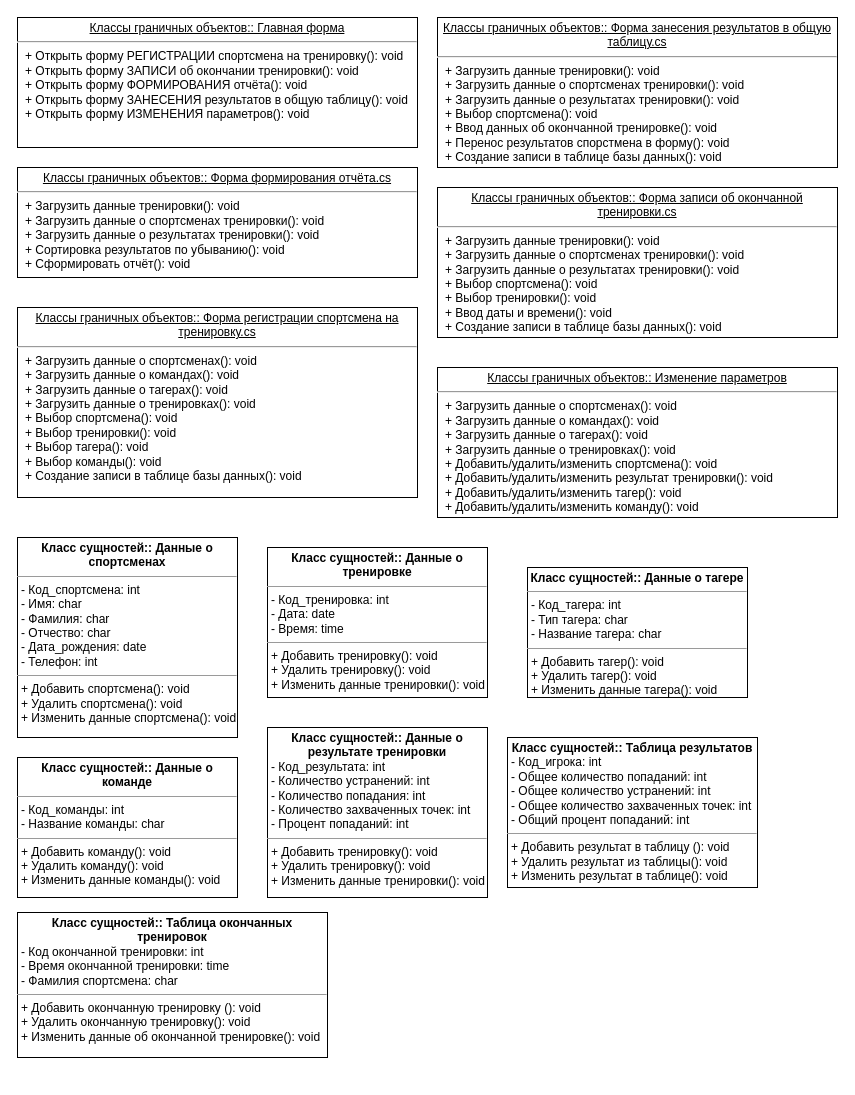
Above: Решения/Часть 3. Схемы/Диаграмма классов.drawio in VentoAureo12/Projecting-n-Design (draw.io), before the change. Source tidied: cells renumbered, new cells numbered last; positions are measured from the earlier drawing's top-left corner, leaving out a move shared by most shapes. Both pictures are drawn from the tidied source at 100%, with x=0, y=0 at pixel (17, 17).
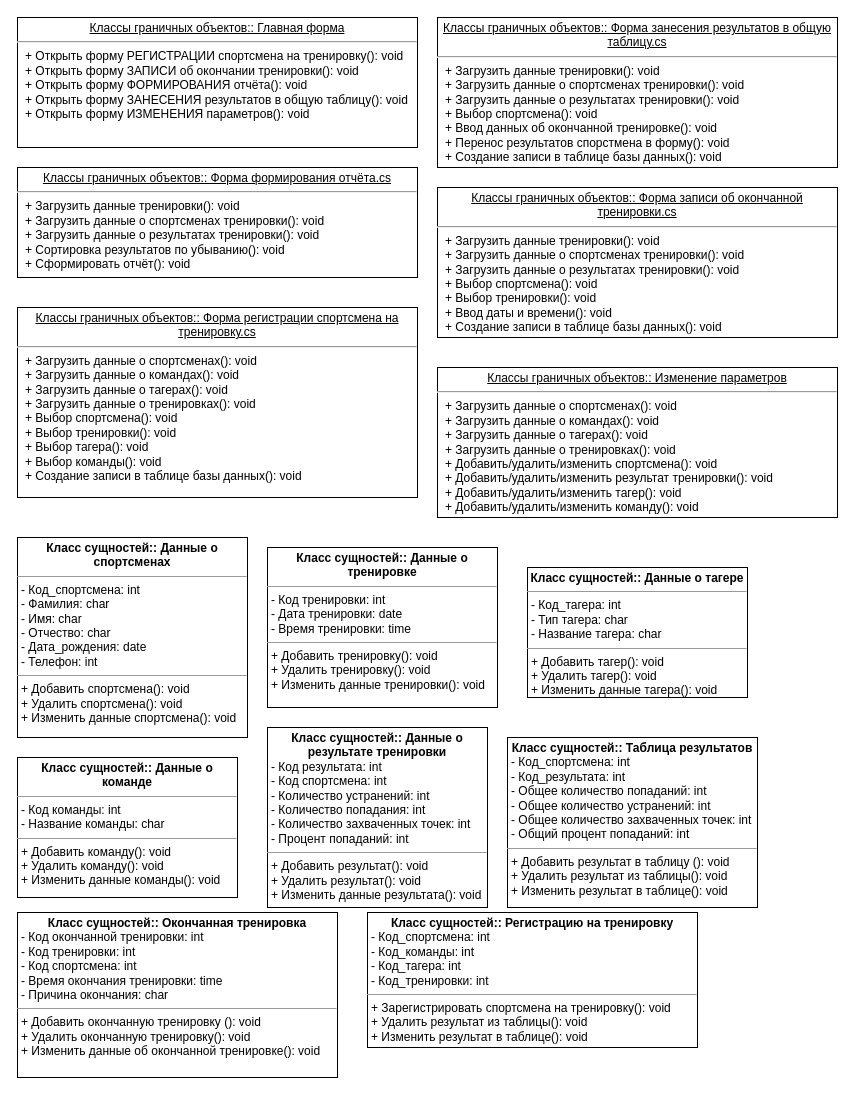
The same page after the edit.

The edit, as a diff of the source:
```diff
@@
 <mxGraphModel>
   <root>
     <mxCell id="0" />
     <mxCell id="1" parent="0" />
     <mxCell id="2" value="&lt;p style=&quot;margin:0px;margin-top:4px;text-align:center;text-decoration:underline;&quot;&gt;Классы граничных объектов:: Главная форма&lt;br&gt;&lt;/p&gt;&lt;hr&gt;&lt;p style=&quot;margin:0px;margin-left:8px;&quot;&gt;+ Открыть форму РЕГИСТРАЦИИ спортсмена на тренировку(): void&lt;br&gt;+ Открыть форму ЗАПИСИ об окончании тренировки(): void&lt;br&gt;+ Открыть форму ФОРМИРОВАНИЯ отчёта(): void&lt;br&gt;&lt;/p&gt;&lt;p style=&quot;margin:0px;margin-left:8px;&quot;&gt;+ Открыть форму ЗАНЕСЕНИЯ результатов в общую таблицу(): void&lt;br&gt;&lt;/p&gt;&lt;p style=&quot;margin:0px;margin-left:8px;&quot;&gt;+ Открыть форму ИЗМЕНЕНИЯ параметров(): void&lt;br&gt;&lt;/p&gt;" style="verticalAlign=top;align=left;overflow=fill;fontSize=12;fontFamily=Helvetica;html=1;whiteSpace=wrap;" parent="1" vertex="1">
       <mxGeometry width="400" height="130" as="geometry" />
     </mxCell>
     <mxCell id="3" value="&lt;p style=&quot;margin:0px;margin-top:4px;text-align:center;text-decoration:underline;&quot;&gt;Классы граничных объектов:: Форма формирования отчёта.cs&lt;br&gt;&lt;/p&gt;&lt;hr&gt;&lt;p style=&quot;margin:0px;margin-left:8px;&quot;&gt;+ Загрузить данные тренировки(): void&lt;br&gt;+ Загрузить данные о спортсменах тренировки(): void&lt;br&gt;+ Загрузить данные о результатах тренировки(): void&lt;br&gt;&lt;/p&gt;&lt;p style=&quot;margin:0px;margin-left:8px;&quot;&gt;+ Сортировка результатов по убыванию(): void&lt;br&gt;&lt;/p&gt;&lt;p style=&quot;margin:0px;margin-left:8px;&quot;&gt;+ Сформировать отчёт(): void&lt;br&gt;&lt;/p&gt;" style="verticalAlign=top;align=left;overflow=fill;fontSize=12;fontFamily=Helvetica;html=1;whiteSpace=wrap;" parent="1" vertex="1">
       <mxGeometry y="150" width="400" height="110" as="geometry" />
     </mxCell>
     <mxCell id="4" value="&lt;p style=&quot;margin:0px;margin-top:4px;text-align:center;text-decoration:underline;&quot;&gt;Классы граничных объектов:: Форма занесения результатов в общую таблицу.cs&lt;br&gt;&lt;/p&gt;&lt;hr&gt;&lt;p style=&quot;margin:0px;margin-left:8px;&quot;&gt;+ Загрузить данные тренировки(): void&lt;br&gt;+ Загрузить данные о спортсменах тренировки(): void&lt;br&gt;+ Загрузить данные о результатах тренировки(): void&lt;br&gt;&lt;/p&gt;&lt;p style=&quot;margin:0px;margin-left:8px;&quot;&gt;+ Выбор спортсмена(): void&lt;br&gt;&lt;/p&gt;&lt;p style=&quot;margin:0px;margin-left:8px;&quot;&gt;+ Ввод данных об окончанной тренировке(): void&lt;/p&gt;&lt;p style=&quot;margin:0px;margin-left:8px;&quot;&gt;+ Перенос результатов спорстмена в форму(): void&lt;br&gt;&lt;/p&gt;&lt;p style=&quot;margin:0px;margin-left:8px;&quot;&gt;+ Создание записи в таблице базы данных(): void&lt;br&gt;&lt;/p&gt;" style="verticalAlign=top;align=left;overflow=fill;fontSize=12;fontFamily=Helvetica;html=1;whiteSpace=wrap;" parent="1" vertex="1">
       <mxGeometry x="420" width="400" height="150" as="geometry" />
     </mxCell>
     <mxCell id="5" value="&lt;p style=&quot;margin:0px;margin-top:4px;text-align:center;text-decoration:underline;&quot;&gt;Классы граничных объектов:: Форма записи об окончанной тренировки.cs&lt;br&gt;&lt;/p&gt;&lt;hr&gt;&lt;p style=&quot;margin:0px;margin-left:8px;&quot;&gt;+ Загрузить данные тренировки(): void&lt;br&gt;+ Загрузить данные о спортсменах тренировки(): void&lt;br&gt;+ Загрузить данные о результатах тренировки(): void&lt;br&gt;&lt;/p&gt;&lt;p style=&quot;margin:0px;margin-left:8px;&quot;&gt;+ Выбор спортсмена(): void&lt;br&gt;&lt;/p&gt;&lt;p style=&quot;margin:0px;margin-left:8px;&quot;&gt;+ Выбор тренировки(): void&lt;/p&gt;&lt;p style=&quot;margin:0px;margin-left:8px;&quot;&gt;+ Ввод даты и времени(): void&lt;br&gt;&lt;/p&gt;&lt;p style=&quot;margin:0px;margin-left:8px;&quot;&gt;+ Создание записи в таблице базы данных(): void&lt;br&gt;&lt;/p&gt;" style="verticalAlign=top;align=left;overflow=fill;fontSize=12;fontFamily=Helvetica;html=1;whiteSpace=wrap;" parent="1" vertex="1">
       <mxGeometry x="420" y="170" width="400" height="150" as="geometry" />
     </mxCell>
     <mxCell id="6" value="&lt;p style=&quot;margin:0px;margin-top:4px;text-align:center;text-decoration:underline;&quot;&gt;Классы граничных объектов:: Форма регистрации спортсмена на тренировку.cs&lt;br&gt;&lt;/p&gt;&lt;hr&gt;&lt;p style=&quot;margin:0px;margin-left:8px;&quot;&gt;+ Загрузить данные о спортсменах(): void&lt;br&gt;+ Загрузить данные о командах(): void&lt;br&gt;+ Загрузить данные о тагерах(): void&lt;br&gt;&lt;/p&gt;&lt;p style=&quot;margin:0px;margin-left:8px;&quot;&gt;+ Загрузить данные о тренировках(): void&lt;br&gt;&lt;/p&gt;&lt;p style=&quot;margin:0px;margin-left:8px;&quot;&gt;+ Выбор спортсмена(): void&lt;br&gt;&lt;/p&gt;&lt;p style=&quot;margin:0px;margin-left:8px;&quot;&gt;+ Выбор тренировки(): void&lt;/p&gt;&lt;p style=&quot;margin:0px;margin-left:8px;&quot;&gt;+ Выбор тагера(): void&lt;br&gt;&lt;/p&gt;&lt;p style=&quot;margin:0px;margin-left:8px;&quot;&gt;+ Выбор команды(): void&lt;br&gt;&lt;/p&gt;&lt;p style=&quot;margin:0px;margin-left:8px;&quot;&gt;&lt;span style=&quot;background-color: initial;&quot;&gt;+ Создание записи в таблице базы данных(): void&lt;/span&gt;&lt;br&gt;&lt;/p&gt;" style="verticalAlign=top;align=left;overflow=fill;fontSize=12;fontFamily=Helvetica;html=1;whiteSpace=wrap;" parent="1" vertex="1">
       <mxGeometry y="290" width="400" height="190" as="geometry" />
     </mxCell>
     <mxCell id="7" value="&lt;p style=&quot;margin:0px;margin-top:4px;text-align:center;text-decoration:underline;&quot;&gt;Классы граничных объектов:: Изменение параметров&lt;br&gt;&lt;/p&gt;&lt;hr&gt;&lt;p style=&quot;margin:0px;margin-left:8px;&quot;&gt;+ Загрузить данные о спортсменах(): void&lt;br&gt;+ Загрузить данные о командах(): void&lt;br&gt;+ Загрузить данные о тагерах(): void&lt;br&gt;&lt;/p&gt;&lt;p style=&quot;margin:0px;margin-left:8px;&quot;&gt;+ Загрузить данные о тренировках(): void&lt;br&gt;&lt;/p&gt;&lt;p style=&quot;margin:0px;margin-left:8px;&quot;&gt;+ Добавить/удалить/изменить спортсмена(): void&lt;br&gt;&lt;/p&gt;&lt;p style=&quot;margin:0px;margin-left:8px;&quot;&gt;+ Добавить/удалить/изменить результат тренировки(): void&lt;/p&gt;&lt;p style=&quot;margin:0px;margin-left:8px;&quot;&gt;+ Добавить/удалить/изменить тагер(): void&lt;br&gt;&lt;/p&gt;&lt;p style=&quot;margin:0px;margin-left:8px;&quot;&gt;+&amp;nbsp;Добавить/удалить/изменить команду(): void&lt;/p&gt;" style="verticalAlign=top;align=left;overflow=fill;fontSize=12;fontFamily=Helvetica;html=1;whiteSpace=wrap;" parent="1" vertex="1">
       <mxGeometry x="420" y="350" width="400" height="150" as="geometry" />
     </mxCell>
-    <mxCell id="8" value="&lt;p style=&quot;margin:0px;margin-top:4px;text-align:center;&quot;&gt;&lt;b&gt;Класс сущностей:: Данные о спортсменах&lt;/b&gt;&lt;/p&gt;&lt;hr size=&quot;1&quot;&gt;&lt;p style=&quot;margin:0px;margin-left:4px;&quot;&gt;- Код_спортсмена: int&lt;br&gt;- Имя: char&lt;/p&gt;&lt;p style=&quot;margin:0px;margin-left:4px;&quot;&gt;- Фамилия: char&lt;/p&gt;&lt;p style=&quot;margin:0px;margin-left:4px;&quot;&gt;- Отчество: char&lt;/p&gt;&lt;p style=&quot;margin:0px;margin-left:4px;&quot;&gt;- Дата_рождения: date&lt;/p&gt;&lt;p style=&quot;margin:0px;margin-left:4px;&quot;&gt;- Телефон: int&lt;/p&gt;&lt;hr size=&quot;1&quot;&gt;&lt;p style=&quot;margin:0px;margin-left:4px;&quot;&gt;+ Добавить спортсмена(): void&lt;br&gt;+ Удалить спортсмена(): void&lt;br&gt;&lt;/p&gt;&lt;p style=&quot;margin:0px;margin-left:4px;&quot;&gt;+ Изменить данные спортсмена(): void&lt;br&gt;&lt;/p&gt;" style="verticalAlign=top;align=left;overflow=fill;fontSize=12;fontFamily=Helvetica;html=1;whiteSpace=wrap;" parent="1" vertex="1">
-      <mxGeometry y="520" width="220" height="200" as="geometry" />
+    <mxCell id="8" value="&lt;p style=&quot;margin:0px;margin-top:4px;text-align:center;&quot;&gt;&lt;b&gt;Класс сущностей:: Данные о спортсменах&lt;/b&gt;&lt;/p&gt;&lt;hr size=&quot;1&quot;&gt;&lt;p style=&quot;margin:0px;margin-left:4px;&quot;&gt;- Код_спортсмена: int&lt;br&gt;- Фамилия: char&lt;/p&gt;&lt;p style=&quot;margin:0px;margin-left:4px;&quot;&gt;- Имя: char&lt;/p&gt;&lt;p style=&quot;margin:0px;margin-left:4px;&quot;&gt;- Отчество: char&lt;/p&gt;&lt;p style=&quot;margin:0px;margin-left:4px;&quot;&gt;- Дата_рождения: date&lt;/p&gt;&lt;p style=&quot;margin:0px;margin-left:4px;&quot;&gt;- Телефон: int&lt;/p&gt;&lt;hr size=&quot;1&quot;&gt;&lt;p style=&quot;margin:0px;margin-left:4px;&quot;&gt;+ Добавить спортсмена(): void&lt;br&gt;+ Удалить спортсмена(): void&lt;br&gt;&lt;/p&gt;&lt;p style=&quot;margin:0px;margin-left:4px;&quot;&gt;+ Изменить данные спортсмена(): void&lt;br&gt;&lt;/p&gt;" style="verticalAlign=top;align=left;overflow=fill;fontSize=12;fontFamily=Helvetica;html=1;whiteSpace=wrap;" parent="1" vertex="1">
+      <mxGeometry y="520" width="230" height="200" as="geometry" />
     </mxCell>
-    <mxCell id="9" value="&lt;p style=&quot;margin:0px;margin-top:4px;text-align:center;&quot;&gt;&lt;b&gt;Класс сущностей:: Данные о тренировке&lt;/b&gt;&lt;/p&gt;&lt;hr size=&quot;1&quot;&gt;&lt;p style=&quot;margin:0px;margin-left:4px;&quot;&gt;- Код_тренировка: int&lt;br&gt;- Дата: date&lt;/p&gt;&lt;p style=&quot;margin:0px;margin-left:4px;&quot;&gt;- Время: time&lt;/p&gt;&lt;hr size=&quot;1&quot;&gt;&lt;p style=&quot;margin:0px;margin-left:4px;&quot;&gt;+ Добавить тренировку(): void&lt;br&gt;+ Удалить тренировку(): void&lt;br&gt;&lt;/p&gt;&lt;p style=&quot;margin:0px;margin-left:4px;&quot;&gt;+ Изменить данные тренировки(): void&lt;br&gt;&lt;/p&gt;" style="verticalAlign=top;align=left;overflow=fill;fontSize=12;fontFamily=Helvetica;html=1;whiteSpace=wrap;" parent="1" vertex="1">
-      <mxGeometry x="250" y="530" width="220" height="150" as="geometry" />
+    <mxCell id="9" value="&lt;p style=&quot;margin:0px;margin-top:4px;text-align:center;&quot;&gt;&lt;b&gt;Класс сущностей:: Данные о тренировке&lt;/b&gt;&lt;/p&gt;&lt;hr size=&quot;1&quot;&gt;&lt;p style=&quot;margin:0px;margin-left:4px;&quot;&gt;- Код тренировки: int&lt;br&gt;- Дата тренировки: date&lt;/p&gt;&lt;p style=&quot;margin:0px;margin-left:4px;&quot;&gt;- Время тренировки: time&lt;/p&gt;&lt;hr size=&quot;1&quot;&gt;&lt;p style=&quot;margin:0px;margin-left:4px;&quot;&gt;+ Добавить тренировку(): void&lt;br&gt;+ Удалить тренировку(): void&lt;br&gt;&lt;/p&gt;&lt;p style=&quot;margin:0px;margin-left:4px;&quot;&gt;+ Изменить данные тренировки(): void&lt;br&gt;&lt;/p&gt;" style="verticalAlign=top;align=left;overflow=fill;fontSize=12;fontFamily=Helvetica;html=1;whiteSpace=wrap;" parent="1" vertex="1">
+      <mxGeometry x="250" y="530" width="230" height="160" as="geometry" />
     </mxCell>
     <mxCell id="10" value="&lt;p style=&quot;margin:0px;margin-top:4px;text-align:center;&quot;&gt;&lt;b&gt;Класс сущностей:: Данные о тагере&lt;/b&gt;&lt;/p&gt;&lt;hr size=&quot;1&quot;&gt;&lt;p style=&quot;margin:0px;margin-left:4px;&quot;&gt;- Код_тагера: int&lt;br&gt;- Тип тагера: char&lt;/p&gt;&lt;p style=&quot;margin:0px;margin-left:4px;&quot;&gt;- Название тагера: char&lt;/p&gt;&lt;hr size=&quot;1&quot;&gt;&lt;p style=&quot;margin:0px;margin-left:4px;&quot;&gt;+ Добавить тагер(): void&lt;br&gt;+ Удалить тагер(): void&lt;br&gt;&lt;/p&gt;&lt;p style=&quot;margin:0px;margin-left:4px;&quot;&gt;+ Изменить данные тагера(): void&lt;br&gt;&lt;/p&gt;" style="verticalAlign=top;align=left;overflow=fill;fontSize=12;fontFamily=Helvetica;html=1;whiteSpace=wrap;" parent="1" vertex="1">
       <mxGeometry x="510" y="550" width="220" height="130" as="geometry" />
     </mxCell>
-    <mxCell id="11" value="&lt;p style=&quot;margin:0px;margin-top:4px;text-align:center;&quot;&gt;&lt;b&gt;Класс сущностей:: Данные о команде&lt;/b&gt;&lt;/p&gt;&lt;hr size=&quot;1&quot;&gt;&lt;p style=&quot;margin:0px;margin-left:4px;&quot;&gt;- Код_команды: int&lt;br&gt;- Название команды: char&lt;/p&gt;&lt;hr size=&quot;1&quot;&gt;&lt;p style=&quot;margin:0px;margin-left:4px;&quot;&gt;+ Добавить команду(): void&lt;br&gt;+ Удалить команду(): void&lt;br&gt;&lt;/p&gt;&lt;p style=&quot;margin:0px;margin-left:4px;&quot;&gt;+ Изменить данные команды(): void&lt;br&gt;&lt;/p&gt;" style="verticalAlign=top;align=left;overflow=fill;fontSize=12;fontFamily=Helvetica;html=1;whiteSpace=wrap;" parent="1" vertex="1">
+    <mxCell id="11" value="&lt;p style=&quot;margin:0px;margin-top:4px;text-align:center;&quot;&gt;&lt;b&gt;Класс сущностей:: Данные о команде&lt;/b&gt;&lt;/p&gt;&lt;hr size=&quot;1&quot;&gt;&lt;p style=&quot;margin:0px;margin-left:4px;&quot;&gt;- Код команды: int&lt;br&gt;- Название команды: char&lt;/p&gt;&lt;hr size=&quot;1&quot;&gt;&lt;p style=&quot;margin:0px;margin-left:4px;&quot;&gt;+ Добавить команду(): void&lt;br&gt;+ Удалить команду(): void&lt;br&gt;&lt;/p&gt;&lt;p style=&quot;margin:0px;margin-left:4px;&quot;&gt;+ Изменить данные команды(): void&lt;br&gt;&lt;/p&gt;" style="verticalAlign=top;align=left;overflow=fill;fontSize=12;fontFamily=Helvetica;html=1;whiteSpace=wrap;" parent="1" vertex="1">
       <mxGeometry y="740" width="220" height="140" as="geometry" />
     </mxCell>
-    <mxCell id="12" value="&lt;p style=&quot;margin:0px;margin-top:4px;text-align:center;&quot;&gt;&lt;b&gt;Класс сущностей:: Данные о результате тренировки&lt;/b&gt;&lt;/p&gt;&lt;p style=&quot;margin:0px;margin-left:4px;&quot;&gt;- Код_результата: int&lt;br&gt;- Количество устранений: int&lt;/p&gt;&lt;p style=&quot;margin:0px;margin-left:4px;&quot;&gt;- Количество попадания: int&lt;/p&gt;&lt;p style=&quot;margin:0px;margin-left:4px;&quot;&gt;- Количество захваченных точек: int&lt;br&gt;&lt;/p&gt;&lt;p style=&quot;margin:0px;margin-left:4px;&quot;&gt;- Процент попаданий: int&lt;br&gt;&lt;/p&gt;&lt;hr size=&quot;1&quot;&gt;&lt;p style=&quot;margin:0px;margin-left:4px;&quot;&gt;+ Добавить тренировку(): void&lt;br&gt;+ Удалить тренировку(): void&lt;br&gt;&lt;/p&gt;&lt;p style=&quot;margin:0px;margin-left:4px;&quot;&gt;+ Изменить данные тренировки(): void&lt;br&gt;&lt;/p&gt;" style="verticalAlign=top;align=left;overflow=fill;fontSize=12;fontFamily=Helvetica;html=1;whiteSpace=wrap;" parent="1" vertex="1">
-      <mxGeometry x="250" y="710" width="220" height="170" as="geometry" />
+    <mxCell id="12" value="&lt;p style=&quot;margin:0px;margin-top:4px;text-align:center;&quot;&gt;&lt;b&gt;Класс сущностей:: Данные о результате тренировки&lt;/b&gt;&lt;/p&gt;&lt;p style=&quot;margin:0px;margin-left:4px;&quot;&gt;- Код результата: int&lt;/p&gt;&lt;p style=&quot;margin:0px;margin-left:4px;&quot;&gt;- Код спортсмена: int&lt;br&gt;- Количество устранений: int&lt;/p&gt;&lt;p style=&quot;margin:0px;margin-left:4px;&quot;&gt;- Количество попадания: int&lt;/p&gt;&lt;p style=&quot;margin:0px;margin-left:4px;&quot;&gt;- Количество захваченных точек: int&lt;br&gt;&lt;/p&gt;&lt;p style=&quot;margin:0px;margin-left:4px;&quot;&gt;- Процент попаданий: int&lt;br&gt;&lt;/p&gt;&lt;hr size=&quot;1&quot;&gt;&lt;p style=&quot;margin:0px;margin-left:4px;&quot;&gt;+ Добавить результат(): void&lt;br&gt;+ Удалить результат(): void&lt;br&gt;&lt;/p&gt;&lt;p style=&quot;margin:0px;margin-left:4px;&quot;&gt;+ Изменить данные результата(): void&lt;br&gt;&lt;/p&gt;" style="verticalAlign=top;align=left;overflow=fill;fontSize=12;fontFamily=Helvetica;html=1;whiteSpace=wrap;" parent="1" vertex="1">
+      <mxGeometry x="250" y="710" width="220" height="180" as="geometry" />
     </mxCell>
-    <mxCell id="13" value="&lt;p style=&quot;margin:0px;margin-top:4px;text-align:center;&quot;&gt;&lt;b&gt;Класс сущностей:: Таблица результатов&lt;/b&gt;&lt;/p&gt;&lt;p style=&quot;margin:0px;margin-left:4px;&quot;&gt;- Код_игрока: int&lt;br&gt;- Общее количество попаданий: int&lt;/p&gt;&lt;p style=&quot;margin:0px;margin-left:4px;&quot;&gt;- Общее количество устранений: int&lt;/p&gt;&lt;p style=&quot;margin:0px;margin-left:4px;&quot;&gt;- Общее количество захваченных точек: int&lt;br&gt;&lt;/p&gt;&lt;p style=&quot;margin:0px;margin-left:4px;&quot;&gt;- Общий процент попаданий: int&lt;br&gt;&lt;/p&gt;&lt;hr size=&quot;1&quot;&gt;&lt;p style=&quot;margin:0px;margin-left:4px;&quot;&gt;+ Добавить результат в таблицу (): void&lt;br&gt;+ Удалить результат из таблицы(): void&lt;br&gt;&lt;/p&gt;&lt;p style=&quot;margin:0px;margin-left:4px;&quot;&gt;+ Изменить результат в таблице(): void&lt;br&gt;&lt;/p&gt;" style="verticalAlign=top;align=left;overflow=fill;fontSize=12;fontFamily=Helvetica;html=1;whiteSpace=wrap;" parent="1" vertex="1">
-      <mxGeometry x="490" y="720" width="250" height="150" as="geometry" />
+    <mxCell id="13" value="&lt;p style=&quot;margin:0px;margin-top:4px;text-align:center;&quot;&gt;&lt;b&gt;Класс сущностей:: Таблица результатов&lt;/b&gt;&lt;/p&gt;&lt;p style=&quot;margin:0px;margin-left:4px;&quot;&gt;- Код_спортсмена: int&lt;/p&gt;&lt;p style=&quot;margin:0px;margin-left:4px;&quot;&gt;- Код_результата: int&lt;br&gt;- Общее количество попаданий: int&lt;/p&gt;&lt;p style=&quot;margin:0px;margin-left:4px;&quot;&gt;- Общее количество устранений: int&lt;/p&gt;&lt;p style=&quot;margin:0px;margin-left:4px;&quot;&gt;- Общее количество захваченных точек: int&lt;br&gt;&lt;/p&gt;&lt;p style=&quot;margin:0px;margin-left:4px;&quot;&gt;- Общий процент попаданий: int&lt;br&gt;&lt;/p&gt;&lt;hr size=&quot;1&quot;&gt;&lt;p style=&quot;margin:0px;margin-left:4px;&quot;&gt;+ Добавить результат в таблицу (): void&lt;br&gt;+ Удалить результат из таблицы(): void&lt;br&gt;&lt;/p&gt;&lt;p style=&quot;margin:0px;margin-left:4px;&quot;&gt;+ Изменить результат в таблице(): void&lt;br&gt;&lt;/p&gt;" style="verticalAlign=top;align=left;overflow=fill;fontSize=12;fontFamily=Helvetica;html=1;whiteSpace=wrap;" parent="1" vertex="1">
+      <mxGeometry x="490" y="720" width="250" height="170" as="geometry" />
     </mxCell>
-    <mxCell id="14" value="&lt;p style=&quot;margin:0px;margin-top:4px;text-align:center;&quot;&gt;&lt;b&gt;Класс сущностей:: Таблица окончанных тренировок&lt;/b&gt;&lt;/p&gt;&lt;p style=&quot;margin:0px;margin-left:4px;&quot;&gt;- Код окончанной тренировки: int&lt;br&gt;- Время окончанной тренировки: time&lt;/p&gt;&lt;p style=&quot;margin:0px;margin-left:4px;&quot;&gt;- Фамилия спортсмена: char&lt;/p&gt;&lt;hr size=&quot;1&quot;&gt;&lt;p style=&quot;margin:0px;margin-left:4px;&quot;&gt;+ Добавить окончанную тренировку (): void&lt;br&gt;+ Удалить окончанную тренировку(): void&lt;br&gt;&lt;/p&gt;&lt;p style=&quot;margin:0px;margin-left:4px;&quot;&gt;+ Изменить данные об окончанной тренировке(): void&lt;br&gt;&lt;/p&gt;" style="verticalAlign=top;align=left;overflow=fill;fontSize=12;fontFamily=Helvetica;html=1;whiteSpace=wrap;" parent="1" vertex="1">
-      <mxGeometry y="895" width="310" height="145" as="geometry" />
+    <mxCell id="14" value="&lt;p style=&quot;margin:0px;margin-top:4px;text-align:center;&quot;&gt;&lt;b&gt;Класс сущностей:: Окончанная тренировка&lt;/b&gt;&lt;/p&gt;&lt;p style=&quot;margin:0px;margin-left:4px;&quot;&gt;- Код окончанной тренировки: int&lt;/p&gt;&lt;p style=&quot;margin:0px;margin-left:4px;&quot;&gt;- Код тренировки: int&lt;/p&gt;&lt;p style=&quot;margin:0px;margin-left:4px;&quot;&gt;- Код спортсмена: int&lt;br&gt;- Время окончания тренировки: time&lt;/p&gt;&lt;p style=&quot;margin:0px;margin-left:4px;&quot;&gt;- Причина окончания: char&lt;/p&gt;&lt;hr size=&quot;1&quot;&gt;&lt;p style=&quot;margin:0px;margin-left:4px;&quot;&gt;+ Добавить окончанную тренировку (): void&lt;br&gt;+ Удалить окончанную тренировку(): void&lt;br&gt;&lt;/p&gt;&lt;p style=&quot;margin:0px;margin-left:4px;&quot;&gt;+ Изменить данные об окончанной тренировке(): void&lt;br&gt;&lt;/p&gt;" style="verticalAlign=top;align=left;overflow=fill;fontSize=12;fontFamily=Helvetica;html=1;whiteSpace=wrap;" parent="1" vertex="1">
+      <mxGeometry y="895" width="320" height="165" as="geometry" />
     </mxCell>
+    <mxCell id="15" value="&lt;p style=&quot;margin:0px;margin-top:4px;text-align:center;&quot;&gt;&lt;b&gt;Класс сущностей:: Регистрацию на тренировку&lt;/b&gt;&lt;/p&gt;&lt;p style=&quot;margin:0px;margin-left:4px;&quot;&gt;- Код_спортсмена: int&lt;/p&gt;&lt;p style=&quot;margin:0px;margin-left:4px;&quot;&gt;- Код_команды: int&lt;br&gt;- Код_тагера: int&lt;/p&gt;&lt;p style=&quot;margin:0px;margin-left:4px;&quot;&gt;- Код_тренировки: int&lt;/p&gt;&lt;hr size=&quot;1&quot;&gt;&lt;p style=&quot;margin:0px;margin-left:4px;&quot;&gt;+ Зарегистрировать спортсмена на тренировку(): void&lt;br&gt;+ Удалить результат из таблицы(): void&lt;br&gt;&lt;/p&gt;&lt;p style=&quot;margin:0px;margin-left:4px;&quot;&gt;+ Изменить результат в таблице(): void&lt;br&gt;&lt;/p&gt;" style="verticalAlign=top;align=left;overflow=fill;fontSize=12;fontFamily=Helvetica;html=1;whiteSpace=wrap;" parent="1" vertex="1">
+      <mxGeometry x="350" y="895" width="330" height="135" as="geometry" />
+    </mxCell>
   </root>
 </mxGraphModel>
```
